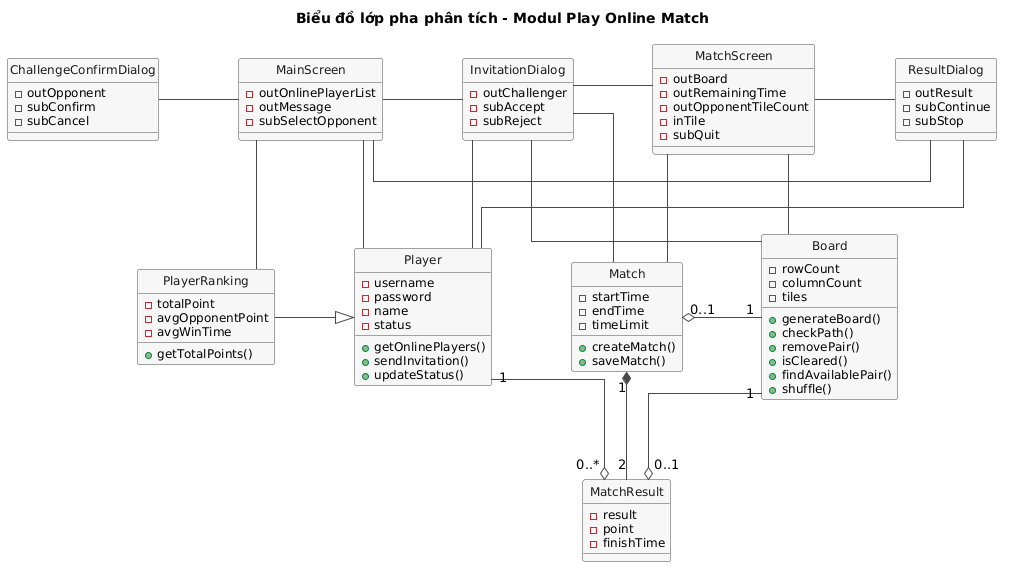
Earlier version of the PlantUML export docs/uml/pha2/class-analysis-m4.png (VattenL/mobile-pikachu).
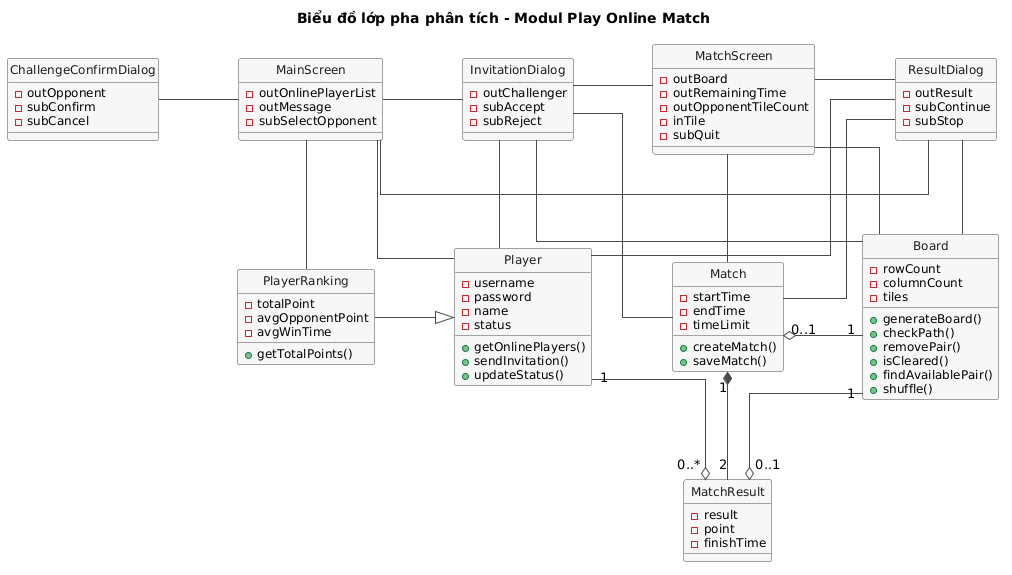
Later version of the same file.

Change to the diagram source:
```diff
@@ -104,6 +104,8 @@
 MatchScreen -down- Board
 MatchScreen -down- Match
 ResultDialog -down- Player
+ResultDialog -down- Board
+ResultDialog -down- Match
 
 Player "1" -[norank]-o "0..*" MatchResult
 Match "1" *-down- "2" MatchResult
```
